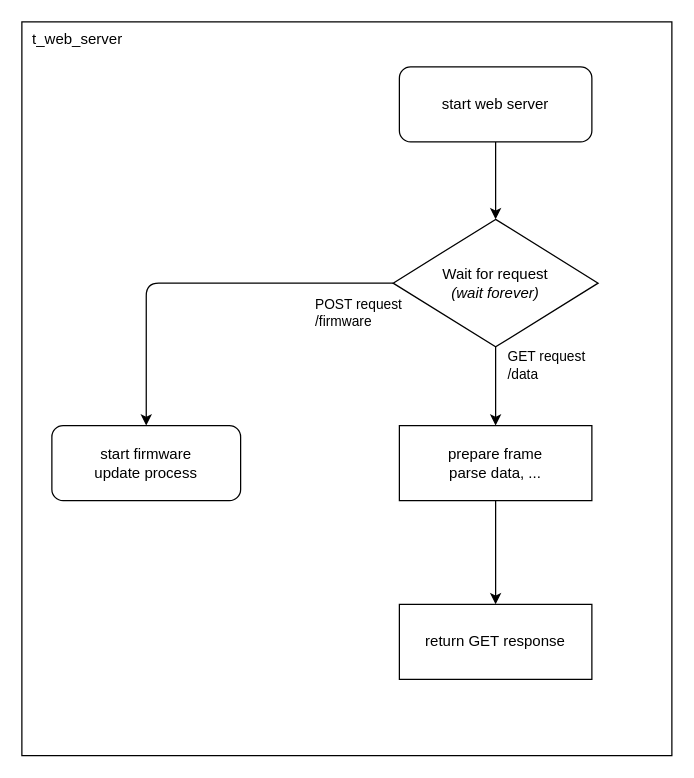
petrkucerak/diplom-thesis keeps this draw.io diagram as schematic/05-sw-flow-running-non-SIL-web-server.drawio. Above is the earlier version. Source tidied: cells renumbered, new cells numbered last; positions are measured from the earlier drawing's top-left corner, leaving out a move shared by most shapes. Both pictures are drawn from the tidied source at 125%, with x=0, y=0 at pixel (21, -128).
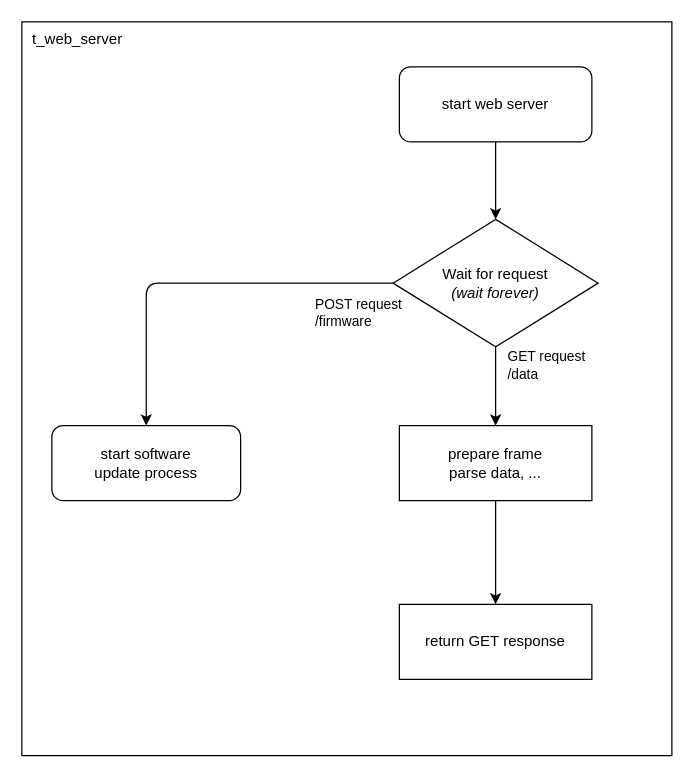
After the change.

What changed in the source:
```diff
@@
 <mxGraphModel>
   <root>
     <mxCell id="0" />
     <mxCell id="1" parent="0" />
     <mxCell id="2" value="&amp;nbsp; t_web_server" style="rounded=0;whiteSpace=wrap;html=1;align=left;verticalAlign=top;" parent="1" vertex="1">
       <mxGeometry y="119" width="520" height="587" as="geometry" />
     </mxCell>
     <mxCell id="3" style="edgeStyle=none;html=1;exitX=0.5;exitY=1;exitDx=0;exitDy=0;entryX=0.5;entryY=0;entryDx=0;entryDy=0;" parent="1" edge="1" source="4" target="12">
       <mxGeometry relative="1" as="geometry" />
     </mxCell>
     <mxCell id="4" value="start web server" style="rounded=1;whiteSpace=wrap;html=1;flipV=1;flipH=1;" parent="1" vertex="1">
       <mxGeometry x="302" y="155" width="154" height="60" as="geometry" />
     </mxCell>
     <mxCell id="5" style="edgeStyle=none;html=1;exitX=0.5;exitY=1;exitDx=0;exitDy=0;" parent="1" edge="1" source="6" target="7">
       <mxGeometry relative="1" as="geometry" />
     </mxCell>
     <mxCell id="6" value="prepare frame&lt;div&gt;parse data, ...&lt;/div&gt;" style="rounded=0;whiteSpace=wrap;html=1;flipV=1;flipH=1;" parent="1" vertex="1">
       <mxGeometry x="302" y="442" width="154" height="60" as="geometry" />
     </mxCell>
     <mxCell id="7" value="return GET response" style="rounded=0;whiteSpace=wrap;html=1;flipV=0;flipH=1;" parent="1" vertex="1">
       <mxGeometry x="302" y="585" width="154" height="60" as="geometry" />
     </mxCell>
     <mxCell id="8" style="edgeStyle=none;html=1;exitX=0.5;exitY=1;exitDx=0;exitDy=0;entryX=0.5;entryY=0;entryDx=0;entryDy=0;" parent="1" edge="1" source="12" target="6">
       <mxGeometry relative="1" as="geometry" />
     </mxCell>
     <mxCell id="9" value="GET request&lt;div&gt;/data&lt;/div&gt;" style="edgeLabel;html=1;align=left;verticalAlign=middle;" parent="8" vertex="1">
       <mxGeometry x="-0.41" relative="1" as="geometry">
         <mxPoint x="8" y="-5" as="offset" />
       </mxGeometry>
     </mxCell>
     <mxCell id="10" style="edgeStyle=orthogonalEdgeStyle;html=1;exitX=0;exitY=0.5;exitDx=0;exitDy=0;entryX=0.5;entryY=0;entryDx=0;entryDy=0;" parent="1" edge="1" source="12" target="13">
       <mxGeometry relative="1" as="geometry" />
     </mxCell>
     <mxCell id="11" value="POST request&lt;div&gt;/firmware&lt;/div&gt;" style="edgeLabel;html=1;align=left;verticalAlign=middle;" parent="10" vertex="1">
       <mxGeometry x="-0.5" y="-2" relative="1" as="geometry">
         <mxPoint x="14" y="25" as="offset" />
       </mxGeometry>
     </mxCell>
     <mxCell id="12" value="Wait for request&lt;div&gt;&lt;i&gt;(wait forever)&lt;/i&gt;&lt;/div&gt;" style="rhombus;whiteSpace=wrap;html=1;" parent="1" vertex="1">
       <mxGeometry x="297" y="277" width="164" height="102" as="geometry" />
     </mxCell>
-    <mxCell id="13" value="start firmware&lt;br&gt;update process" style="rounded=1;whiteSpace=wrap;html=1;" parent="1" vertex="1">
+    <mxCell id="13" value="start software&lt;br&gt;update process" style="rounded=1;whiteSpace=wrap;html=1;" parent="1" vertex="1">
       <mxGeometry x="24" y="442" width="151" height="60" as="geometry" />
     </mxCell>
     <mxCell id="14" style="edgeStyle=orthogonalEdgeStyle;html=1;exitX=0.5;exitY=1;exitDx=0;exitDy=0;entryX=0.5;entryY=1;entryDx=0;entryDy=0;" parent="1" edge="1">
       <mxGeometry relative="1" as="geometry">
         <mxPoint x="419" as="targetPoint" />
         <Array as="points">
           <mxPoint x="77" y="85" />
           <mxPoint x="419" y="85" />
         </Array>
       </mxGeometry>
     </mxCell>
   </root>
 </mxGraphModel>
```
